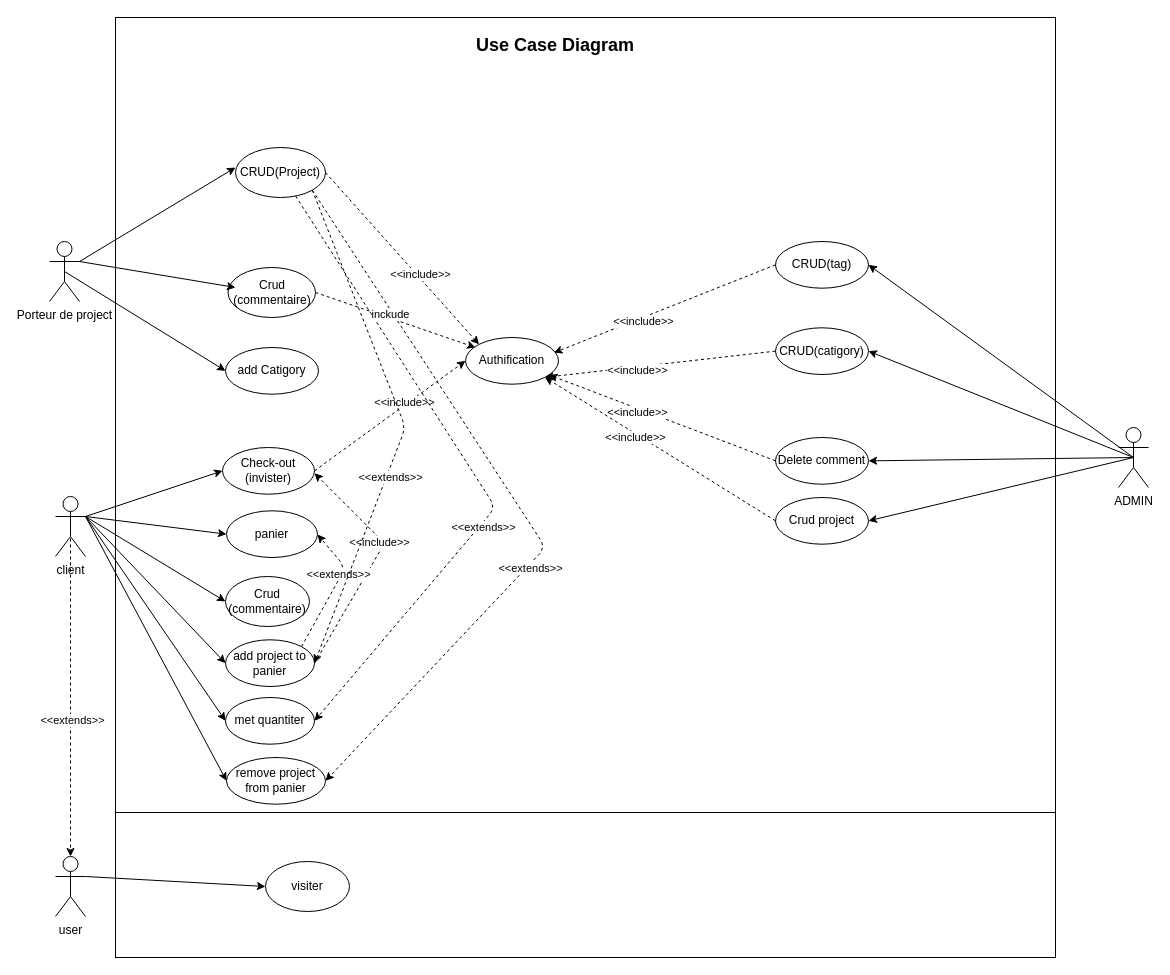
Earlier version of the draw.io diagram conception_base_de_donnee/USE_CASE_fillrouge.drawio (ZroudAbdelilah/juststart). Source tidied: cells renumbered, new cells numbered last; positions are measured from the earlier drawing's top-left corner, leaving out a move shared by most shapes. Both pictures are drawn from the tidied source at 100%, with x=0, y=0 at pixel (49, 17).
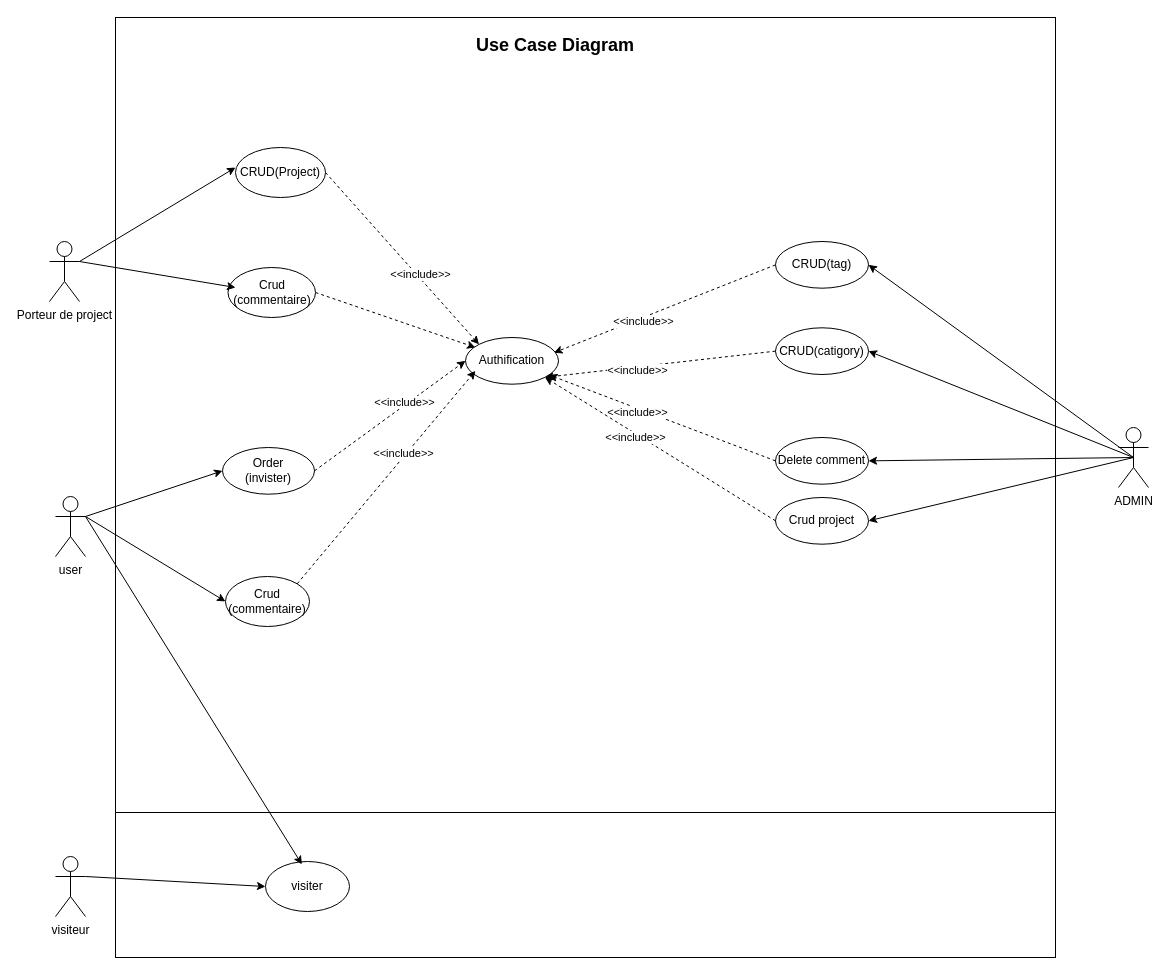
The same diagram, later.

Unchanged cells that the change refers to:
```xml
<mxCell id="3" value="Porteur de project" style="shape=umlActor;verticalLabelPosition=bottom;verticalAlign=top;html=1;outlineConnect=0;" parent="1" vertex="1">
  <mxGeometry y="224" width="30" height="60" as="geometry" />
</mxCell>
<mxCell id="14" value="visiter" style="ellipse;whiteSpace=wrap;html=1;" parent="1" vertex="1">
  <mxGeometry x="216" y="844" width="84" height="50" as="geometry" />
</mxCell>
<mxCell id="16" value="Crud&lt;br&gt;(commentaire)" style="ellipse;whiteSpace=wrap;html=1;" parent="1" vertex="1">
  <mxGeometry x="176" y="559" width="84" height="50" as="geometry" />
</mxCell>
<mxCell id="45" value="&lt;span&gt;CRUD(Project)&lt;/span&gt;" style="ellipse;whiteSpace=wrap;html=1;" parent="1" vertex="1">
  <mxGeometry x="186" y="130" width="90" height="50" as="geometry" />
</mxCell>
```

Change to the diagram source:
```diff
@@
-    <mxCell id="4" value="client" style="shape=umlActor;verticalLabelPosition=bottom;verticalAlign=top;html=1;outlineConnect=0;" parent="1" vertex="1">
+    <mxCell id="4" value="user" style="shape=umlActor;verticalLabelPosition=bottom;verticalAlign=top;html=1;outlineConnect=0;" parent="1" vertex="1">
       <mxGeometry x="6" y="479" width="30" height="60" as="geometry" />
     </mxCell>
-    <mxCell id="5" value="user" style="shape=umlActor;verticalLabelPosition=bottom;verticalAlign=top;html=1;outlineConnect=0;" parent="1" vertex="1">
+    <mxCell id="5" value="visiteur" style="shape=umlActor;verticalLabelPosition=bottom;verticalAlign=top;html=1;outlineConnect=0;" parent="1" vertex="1">
       <mxGeometry x="6" y="839" width="30" height="60" as="geometry" />
     </mxCell>
@@
-    <mxCell id="11" style="endArrow=classic;html=1;exitX=0.5;exitY=0.5;exitDx=0;exitDy=0;exitPerimeter=0;entryX=0.5;entryY=0;entryDx=0;entryDy=0;entryPerimeter=0;dashed=1;" parent="1" edge="1" source="4" target="5">
-      <mxGeometry relative="1" as="geometry" />
-    </mxCell>
-    <mxCell id="12" value="&amp;lt;&amp;lt;extends&amp;gt;&amp;gt;" style="edgeLabel;html=1;align=center;verticalAlign=middle;" parent="11" vertex="1">
-      <mxGeometry x="0.17" y="1" relative="1" as="geometry" />
-    </mxCell>
@@
-    <mxCell id="17" value="Check-out&lt;br&gt;(invister)" style="ellipse;whiteSpace=wrap;html=1;" parent="1" vertex="1">
+    <mxCell id="17" value="Order&lt;br&gt;(invister)" style="ellipse;whiteSpace=wrap;html=1;" parent="1" vertex="1">
       <mxGeometry x="173" y="430" width="92" height="46.7" as="geometry" />
     </mxCell>
-    <mxCell id="18" value="panier" style="ellipse;whiteSpace=wrap;html=1;" parent="1" vertex="1">
-      <mxGeometry x="177" y="493.3" width="91" height="46.7" as="geometry" />
-    </mxCell>
-    <mxCell id="19" value="met quantiter" style="ellipse;whiteSpace=wrap;html=1;" parent="1" vertex="1">
-      <mxGeometry x="176" y="680" width="89" height="46.7" as="geometry" />
-    </mxCell>
-    <mxCell id="20" value="add project to panier" style="ellipse;whiteSpace=wrap;html=1;" parent="1" vertex="1">
-      <mxGeometry x="176" y="622.3" width="89" height="46.7" as="geometry" />
-    </mxCell>
-    <mxCell id="21" value="remove project from panier" style="ellipse;whiteSpace=wrap;html=1;" parent="1" vertex="1">
-      <mxGeometry x="177" y="740" width="99" height="46.7" as="geometry" />
-    </mxCell>
@@
-    <mxCell id="34" style="endArrow=classic;html=1;exitX=1;exitY=0.5;exitDx=0;exitDy=0;dashed=1;" parent="1" edge="1" source="20">
-      <mxGeometry relative="1" as="geometry">
-        <mxPoint x="265" y="455.7" as="targetPoint" />
-        <Array as="points">
-          <mxPoint x="335" y="525.7" />
-        </Array>
-      </mxGeometry>
-    </mxCell>
-    <mxCell id="35" value="&amp;lt;&amp;lt;include&amp;gt;&amp;gt;" style="edgeLabel;html=1;align=center;verticalAlign=middle;" parent="34" vertex="1">
-      <mxGeometry x="0.21" y="3" relative="1" as="geometry" />
-    </mxCell>
-    <mxCell id="36" style="endArrow=classic;html=1;dashed=1;exitX=1;exitY=0;exitDx=0;exitDy=0;" parent="1" edge="1" source="20">
-      <mxGeometry relative="1" as="geometry">
-        <mxPoint x="268" y="517" as="targetPoint" />
-        <Array as="points">
-          <mxPoint x="296" y="550" />
-        </Array>
-      </mxGeometry>
-    </mxCell>
-    <mxCell id="37" value="&amp;lt;&amp;lt;extends&amp;gt;&amp;gt;" style="edgeLabel;html=1;align=center;verticalAlign=middle;" parent="36" vertex="1">
-      <mxGeometry x="0.21" y="3" relative="1" as="geometry" />
-    </mxCell>
-    <mxCell id="38" style="endArrow=classic;html=1;dashed=1;entryX=1;entryY=0.5;entryDx=0;entryDy=0;exitX=1;exitY=1;exitDx=0;exitDy=0;" parent="1" edge="1" source="45" target="20">
-      <mxGeometry relative="1" as="geometry">
-        <Array as="points">
-          <mxPoint x="356" y="410" />
-        </Array>
-      </mxGeometry>
-    </mxCell>
-    <mxCell id="39" value="&amp;lt;&amp;lt;extends&amp;gt;&amp;gt;" style="edgeLabel;html=1;align=center;verticalAlign=middle;" parent="38" vertex="1">
-      <mxGeometry x="0.21" y="3" relative="1" as="geometry" />
-    </mxCell>
-    <mxCell id="40" style="endArrow=classic;html=1;dashed=1;entryX=1;entryY=0.5;entryDx=0;entryDy=0;" parent="1" edge="1" source="45" target="19">
-      <mxGeometry relative="1" as="geometry">
-        <Array as="points">
-          <mxPoint x="446" y="490" />
-        </Array>
-      </mxGeometry>
-    </mxCell>
-    <mxCell id="41" value="&amp;lt;&amp;lt;extends&amp;gt;&amp;gt;" style="edgeLabel;html=1;align=center;verticalAlign=middle;" parent="40" vertex="1">
-      <mxGeometry x="0.21" y="3" relative="1" as="geometry" />
-    </mxCell>
-    <mxCell id="42" style="endArrow=classic;html=1;exitX=1;exitY=1;exitDx=0;exitDy=0;dashed=1;entryX=1;entryY=0.5;entryDx=0;entryDy=0;" parent="1" edge="1" source="45" target="21">
-      <mxGeometry relative="1" as="geometry">
-        <Array as="points">
-          <mxPoint x="496" y="530" />
-        </Array>
-      </mxGeometry>
-    </mxCell>
-    <mxCell id="43" value="&amp;lt;&amp;lt;extends&amp;gt;&amp;gt;" style="edgeLabel;html=1;align=center;verticalAlign=middle;" parent="42" vertex="1">
-      <mxGeometry x="0.21" y="3" relative="1" as="geometry" />
-    </mxCell>
-    <mxCell id="44" value="inckude" style="edgeLabel;html=1;align=center;verticalAlign=middle;" parent="42" vertex="1">
-      <mxGeometry x="-0.61" y="-2" relative="1" as="geometry" />
-    </mxCell>
@@
-    <mxCell id="50" style="endArrow=classic;html=1;exitX=1;exitY=0.3333333333333333;exitDx=0;exitDy=0;exitPerimeter=0;entryX=0;entryY=0.5;entryDx=0;entryDy=0;" parent="1" edge="1" source="4" target="18">
-      <mxGeometry relative="1" as="geometry" />
-    </mxCell>
@@
-    <mxCell id="52" style="endArrow=classic;html=1;exitX=1;exitY=0.3333333333333333;exitDx=0;exitDy=0;exitPerimeter=0;entryX=0;entryY=0.5;entryDx=0;entryDy=0;" parent="1" edge="1" source="4" target="20">
-      <mxGeometry relative="1" as="geometry" />
-    </mxCell>
-    <mxCell id="53" style="endArrow=classic;html=1;exitX=1;exitY=0.3333333333333333;exitDx=0;exitDy=0;exitPerimeter=0;entryX=0;entryY=0.5;entryDx=0;entryDy=0;" parent="1" edge="1" source="4" target="19">
+    <mxCell id="53" style="endArrow=classic;html=1;exitX=1;exitY=0.3333333333333333;exitDx=0;exitDy=0;exitPerimeter=0;entryX=0.433;entryY=0.057;entryDx=0;entryDy=0;entryPerimeter=0;" parent="1" edge="1" source="4" target="14">
       <mxGeometry relative="1" as="geometry" />
     </mxCell>
-    <mxCell id="54" style="endArrow=classic;html=1;exitX=1;exitY=0.3333333333333333;exitDx=0;exitDy=0;exitPerimeter=0;entryX=0;entryY=0.5;entryDx=0;entryDy=0;" parent="1" edge="1" source="4" target="21">
-      <mxGeometry relative="1" as="geometry" />
-    </mxCell>
@@
-    <mxCell id="62" value="add Catigory" style="ellipse;whiteSpace=wrap;html=1;" parent="1" vertex="1">
-      <mxGeometry x="176" y="330" width="93" height="46.7" as="geometry" />
-    </mxCell>
-    <mxCell id="63" style="endArrow=classic;html=1;entryX=0;entryY=0.5;entryDx=0;entryDy=0;exitX=0.5;exitY=0.5;exitDx=0;exitDy=0;exitPerimeter=0;" parent="1" edge="1" source="3" target="62">
-      <mxGeometry relative="1" as="geometry" />
-    </mxCell>
+    <mxCell id="64" style="endArrow=classic;html=1;exitX=1;exitY=0;exitDx=0;exitDy=0;entryX=0;entryY=0.5;entryDx=0;entryDy=0;dashed=1;" parent="1" edge="1" source="16">
+      <mxGeometry relative="1" as="geometry">
+        <mxPoint x="426" y="353.3" as="targetPoint" />
+      </mxGeometry>
+    </mxCell>
+    <mxCell id="35" value="&amp;lt;&amp;lt;include&amp;gt;&amp;gt;" style="edgeLabel;html=1;align=center;verticalAlign=middle;" parent="64" vertex="1">
+      <mxGeometry x="0.21" y="3" relative="1" as="geometry" />
+    </mxCell>
```
